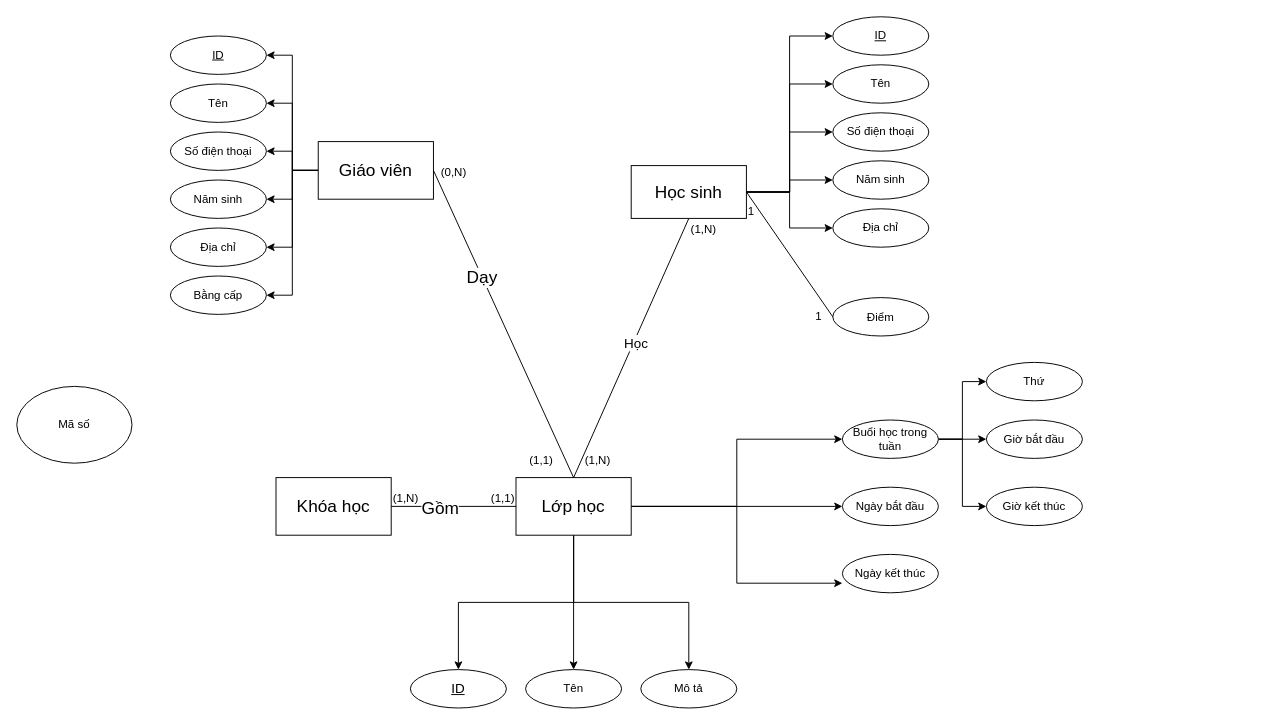
This is Biểu đồ không có tiêu đề.drawio from Leon28Phongretzka/mysql-shop-dash, a draw.io file, before an edit. Source tidied: cells renumbered, new cells numbered last; positions are measured from the earlier drawing's top-left corner, leaving out a move shared by most shapes. Both pictures are drawn from the tidied source at 96%, with x=0, y=0 at pixel (16, 16).
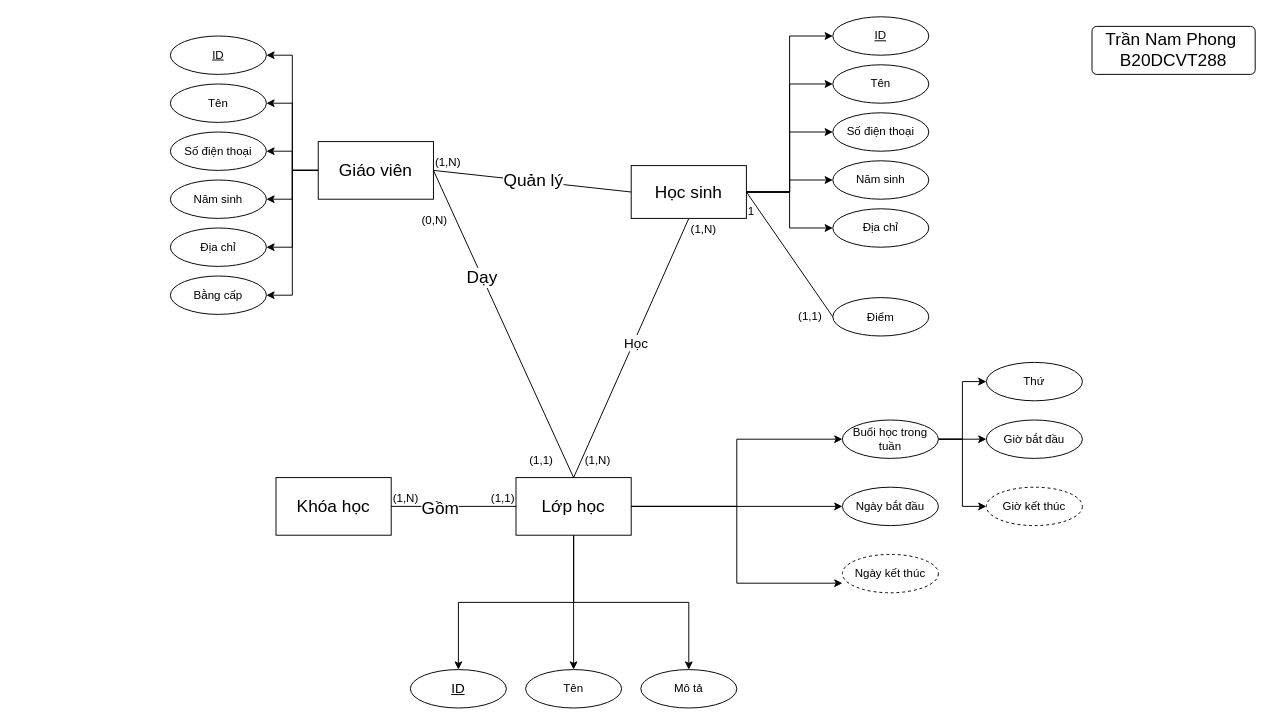
After the change.

Commit message:
Cập nhật Biểu đồ không có tiêu đề.drawio

The change refers to these unchanged cells:
```xml
<mxCell id="8" value="&lt;font style=&quot;font-size: 18px;&quot;&gt;Giáo viên&lt;/font&gt;" style="rounded=0;whiteSpace=wrap;html=1;" parent="1" vertex="1">
  <mxGeometry x="314" y="130" width="120" height="60" as="geometry" />
</mxCell>
<mxCell id="31" value="&lt;font style=&quot;font-size: 18px;&quot;&gt;Học sinh&lt;/font&gt;" style="rounded=0;whiteSpace=wrap;html=1;" parent="1" vertex="1">
  <mxGeometry x="640" y="155" width="120" height="55" as="geometry" />
</mxCell>
<mxCell id="47" style="endArrow=none;html=1;rounded=0;exitX=1;exitY=0.5;exitDx=0;exitDy=0;entryX=0.5;entryY=0;entryDx=0;entryDy=0;" parent="1" edge="1" source="8" target="25">
  <mxGeometry relative="1" as="geometry" />
</mxCell>
<mxCell id="59" style="endArrow=none;html=1;rounded=0;exitX=1;exitY=0.5;exitDx=0;exitDy=0;entryX=0;entryY=0.5;entryDx=0;entryDy=0;" parent="1" edge="1" source="31" target="36">
  <mxGeometry relative="1" as="geometry" />
</mxCell>
```

What changed in the source:
```diff
@@
-    <mxCell id="39" value="Ngày kết thúc" style="ellipse;whiteSpace=wrap;html=1;" parent="1" vertex="1">
+    <mxCell id="39" value="Ngày kết thúc" style="ellipse;whiteSpace=wrap;html=1;align=center;dashed=1;" parent="1" vertex="1">
       <mxGeometry x="860" y="560" width="100" height="40" as="geometry" />
     </mxCell>
@@
-    <mxCell id="46" value="Giờ kết thúc" style="ellipse;whiteSpace=wrap;html=1;" parent="1" vertex="1">
+    <mxCell id="46" value="Giờ kết thúc" style="ellipse;whiteSpace=wrap;html=1;align=center;dashed=1;" parent="1" vertex="1">
       <mxGeometry x="1010" y="490" width="100" height="40" as="geometry" />
     </mxCell>
@@
     <mxCell id="48" value="(0,N)" style="html=1;whiteSpace=wrap;align=left;verticalAlign=bottom;" parent="47" vertex="1">
       <mxGeometry x="-1" relative="1" as="geometry">
-        <mxPoint x="6" y="10" as="offset" />
+        <mxPoint x="-14" y="60" as="offset" />
       </mxGeometry>
     </mxCell>
@@
-    <mxCell id="61" value="1" style="html=1;whiteSpace=wrap;align=right;verticalAlign=bottom;" parent="59" vertex="1">
+    <mxCell id="61" value="(1,1)" style="html=1;whiteSpace=wrap;align=right;verticalAlign=bottom;" parent="59" vertex="1">
       <mxGeometry x="1" relative="1" as="geometry">
         <mxPoint x="-10" y="8" as="offset" />
       </mxGeometry>
     </mxCell>
-    <mxCell id="62" value="Mã số" style="ellipse;whiteSpace=wrap;html=1;" parent="1" vertex="1">
-      <mxGeometry y="385" width="120" height="80" as="geometry" />
-    </mxCell>
+    <mxCell id="63" value="&lt;font style=&quot;font-size: 18px;&quot;&gt;Trần Nam Phong&amp;nbsp;&lt;br&gt;B20DCVT288&lt;/font&gt;" style="rounded=1;arcSize=10;whiteSpace=wrap;html=1;align=center;" parent="1" vertex="1">
+      <mxGeometry x="1120" y="10" width="170" height="50" as="geometry" />
+    </mxCell>
+    <mxCell id="64" style="endArrow=none;html=1;rounded=0;exitX=1;exitY=0.5;exitDx=0;exitDy=0;entryX=0;entryY=0.5;entryDx=0;entryDy=0;" parent="1" edge="1" source="8" target="31">
+      <mxGeometry relative="1" as="geometry" />
+    </mxCell>
+    <mxCell id="65" value="(1,N)" style="html=1;whiteSpace=wrap;align=left;verticalAlign=bottom;" parent="64" vertex="1">
+      <mxGeometry x="-1" relative="1" as="geometry" />
+    </mxCell>
+    <mxCell id="66" value="&lt;font style=&quot;font-size: 18px;&quot;&gt;Quản lý&lt;/font&gt;" style="edgeLabel;html=1;align=center;verticalAlign=middle;" parent="64" vertex="1">
+      <mxGeometry y="1" relative="1" as="geometry" />
+    </mxCell>
```
